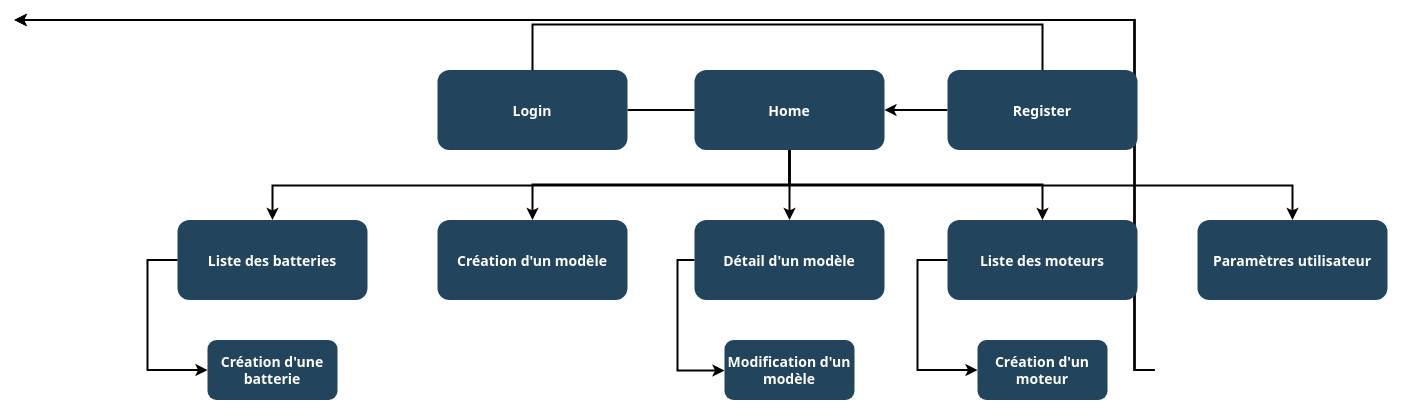
Above: documents/Others/site_map.drawio in R0kkxSynetique/TPI (draw.io), before the change. Source tidied: cells renumbered, new cells numbered last; positions are measured from the earlier drawing's top-left corner, leaving out a move shared by most shapes. Both pictures are drawn from the tidied source at 100%, with x=0, y=0 at pixel (14, 20).
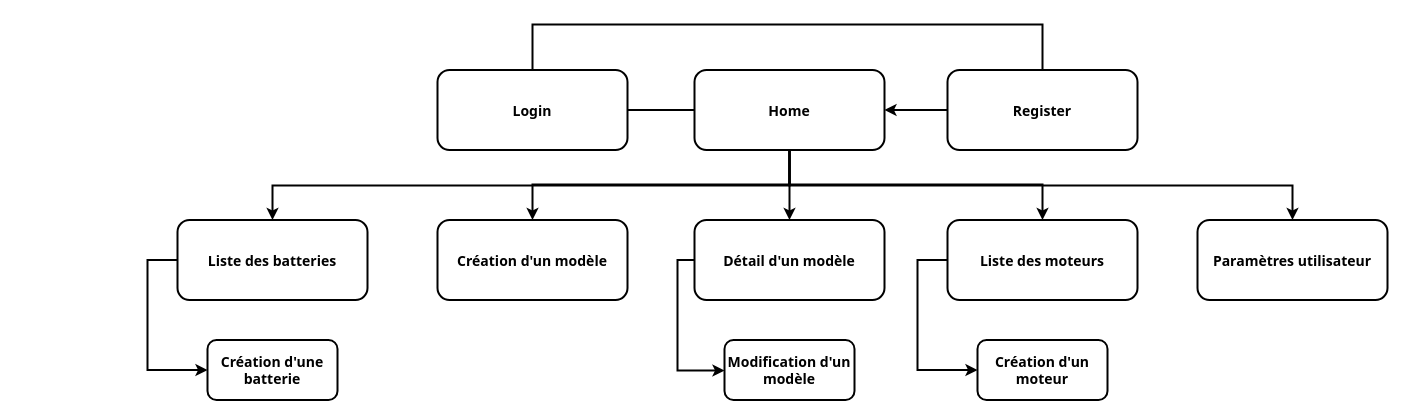
The same page after the edit.

Change to the diagram source:
```diff
@@
-    <mxCell id="5" value="Home" style="rounded=1;fillColor=#23445D;gradientColor=none;strokeColor=none;fontColor=#FFFFFF;fontStyle=1;fontFamily=Tahoma;fontSize=14;" parent="1" vertex="1">
+    <mxCell id="5" value="Home" style="rounded=1;fillColor=none;gradientColor=none;strokeColor=default;fontColor=#000000;fontStyle=1;fontFamily=Tahoma;fontSize=14;strokeWidth=2;" parent="1" vertex="1">
       <mxGeometry x="680" y="49.5" width="190" height="80" as="geometry" />
     </mxCell>
-    <mxCell id="6" value="Paramètres utilisateur" style="rounded=1;fillColor=#23445D;gradientColor=none;strokeColor=none;fontColor=#FFFFFF;fontStyle=1;fontFamily=Tahoma;fontSize=14;" parent="1" vertex="1">
+    <mxCell id="6" value="Paramètres utilisateur" style="rounded=1;fillColor=none;gradientColor=none;strokeColor=default;fontColor=default;fontStyle=1;fontFamily=Tahoma;fontSize=14;strokeWidth=2;" parent="1" vertex="1">
       <mxGeometry x="1183" y="199.5" width="190" height="80" as="geometry" />
     </mxCell>
@@
-    <mxCell id="9" value="Liste des batteries" style="rounded=1;fillColor=#23445D;gradientColor=none;strokeColor=none;fontColor=#FFFFFF;fontStyle=1;fontFamily=Tahoma;fontSize=14;" parent="1" vertex="1">
+    <mxCell id="9" value="Liste des batteries" style="rounded=1;fillColor=none;gradientColor=none;strokeColor=default;fontColor=default;fontStyle=1;fontFamily=Tahoma;fontSize=14;strokeWidth=2;" parent="1" vertex="1">
       <mxGeometry x="163" y="199.5" width="190" height="80" as="geometry" />
     </mxCell>
@@
-    <mxCell id="11" style="edgeStyle=elbowEdgeStyle;elbow=horizontal;strokeWidth=2;rounded=0;" parent="1" edge="1">
-      <mxGeometry x="-23" y="135.5" as="geometry">
-        <mxPoint x="1140" y="349.5" as="sourcePoint" />
-        <mxPoint y="-0.5" as="targetPoint" />
-        <Array as="points">
-          <mxPoint x="1120" y="409.5" />
-        </Array>
-      </mxGeometry>
-    </mxCell>
-    <mxCell id="12" style="edgeStyle=elbowEdgeStyle;elbow=horizontal;strokeWidth=2;rounded=0;" parent="1" edge="1">
-      <mxGeometry x="-23" y="135.5" as="geometry">
-        <mxPoint x="1140" y="349.5" as="sourcePoint" />
-        <mxPoint y="-0.5" as="targetPoint" />
-        <Array as="points">
-          <mxPoint x="1120" y="439.5" />
-        </Array>
-      </mxGeometry>
-    </mxCell>
-    <mxCell id="13" style="edgeStyle=elbowEdgeStyle;elbow=horizontal;strokeWidth=2;rounded=0;" parent="1" edge="1">
-      <mxGeometry x="-23" y="135.5" as="geometry">
-        <mxPoint x="1140" y="349.5" as="sourcePoint" />
-        <mxPoint y="-0.5" as="targetPoint" />
-        <Array as="points">
-          <mxPoint x="1120" y="489.5" />
-        </Array>
-      </mxGeometry>
-    </mxCell>
@@
-    <mxCell id="16" value="Login" style="rounded=1;fillColor=#23445D;gradientColor=none;strokeColor=none;fontColor=#FFFFFF;fontStyle=1;fontFamily=Tahoma;fontSize=14;" parent="1" vertex="1">
+    <mxCell id="16" value="Login" style="rounded=1;fillColor=none;gradientColor=none;strokeColor=default;fontColor=#000000;fontStyle=1;fontFamily=Tahoma;fontSize=14;strokeWidth=2;" parent="1" vertex="1">
       <mxGeometry x="423" y="49.5" width="190" height="80" as="geometry" />
     </mxCell>
@@
-    <mxCell id="18" value="Register" style="rounded=1;fillColor=#23445D;gradientColor=none;strokeColor=none;fontColor=#FFFFFF;fontStyle=1;fontFamily=Tahoma;fontSize=14;" parent="1" vertex="1">
+    <mxCell id="18" value="Register" style="rounded=1;fillColor=none;gradientColor=none;strokeColor=default;fontColor=default;fontStyle=1;fontFamily=Tahoma;fontSize=14;strokeWidth=2;" parent="1" vertex="1">
       <mxGeometry x="933" y="49.5" width="190" height="80" as="geometry" />
     </mxCell>
@@
-    <mxCell id="20" value="Détail d'un modèle" style="rounded=1;fillColor=#23445D;gradientColor=none;strokeColor=none;fontColor=#FFFFFF;fontStyle=1;fontFamily=Tahoma;fontSize=14;" parent="1" vertex="1">
+    <mxCell id="20" value="Détail d'un modèle" style="rounded=1;fillColor=none;gradientColor=none;strokeColor=default;fontColor=default;fontStyle=1;fontFamily=Tahoma;fontSize=14;strokeWidth=2;" parent="1" vertex="1">
       <mxGeometry x="680" y="199.5" width="190" height="80" as="geometry" />
     </mxCell>
-    <mxCell id="21" value="Modification d'un&#10;modèle" style="rounded=1;fillColor=#23445D;gradientColor=none;strokeColor=none;fontColor=#FFFFFF;fontStyle=1;fontFamily=Tahoma;fontSize=14;" parent="1" vertex="1">
+    <mxCell id="21" value="Modification d'un&#10;modèle" style="rounded=1;fillColor=none;gradientColor=none;strokeColor=default;fontColor=default;fontStyle=1;fontFamily=Tahoma;fontSize=14;strokeWidth=2;" parent="1" vertex="1">
       <mxGeometry x="710" y="319.5" width="130" height="60" as="geometry" />
     </mxCell>
-    <mxCell id="22" value="Création d'un modèle" style="rounded=1;fillColor=#23445D;gradientColor=none;strokeColor=none;fontColor=#FFFFFF;fontStyle=1;fontFamily=Tahoma;fontSize=14;" parent="1" vertex="1">
+    <mxCell id="22" value="Création d'un modèle" style="rounded=1;fillColor=none;gradientColor=none;strokeColor=default;fontColor=default;fontStyle=1;fontFamily=Tahoma;fontSize=14;strokeWidth=2;" parent="1" vertex="1">
       <mxGeometry x="423" y="199.5" width="190" height="80" as="geometry" />
     </mxCell>
-    <mxCell id="23" value="Création d'une &#10;batterie" style="rounded=1;fillColor=#23445D;gradientColor=none;strokeColor=none;fontColor=#FFFFFF;fontStyle=1;fontFamily=Tahoma;fontSize=14;" parent="1" vertex="1">
+    <mxCell id="23" value="Création d'une &#10;batterie" style="rounded=1;fillColor=none;gradientColor=none;strokeColor=default;fontColor=default;fontStyle=1;fontFamily=Tahoma;fontSize=14;strokeWidth=2;" parent="1" vertex="1">
       <mxGeometry x="193" y="319.5" width="130" height="60" as="geometry" />
     </mxCell>
@@
-    <mxCell id="25" value="Liste des moteurs" style="rounded=1;fillColor=#23445D;gradientColor=none;strokeColor=none;fontColor=#FFFFFF;fontStyle=1;fontFamily=Tahoma;fontSize=14;" parent="1" vertex="1">
+    <mxCell id="25" value="Liste des moteurs" style="rounded=1;fillColor=none;gradientColor=none;strokeColor=default;fontColor=default;fontStyle=1;fontFamily=Tahoma;fontSize=14;strokeWidth=2;" parent="1" vertex="1">
       <mxGeometry x="933" y="199.5" width="190" height="80" as="geometry" />
     </mxCell>
-    <mxCell id="26" value="Création d'un&#10;moteur" style="rounded=1;fillColor=#23445D;gradientColor=none;strokeColor=none;fontColor=#FFFFFF;fontStyle=1;fontFamily=Tahoma;fontSize=14;" parent="1" vertex="1">
+    <mxCell id="26" value="Création d'un&#10;moteur" style="rounded=1;fillColor=none;gradientColor=none;strokeColor=default;fontColor=default;fontStyle=1;fontFamily=Tahoma;fontSize=14;strokeWidth=2;" parent="1" vertex="1">
       <mxGeometry x="963" y="319.5" width="130" height="60" as="geometry" />
     </mxCell>
```
